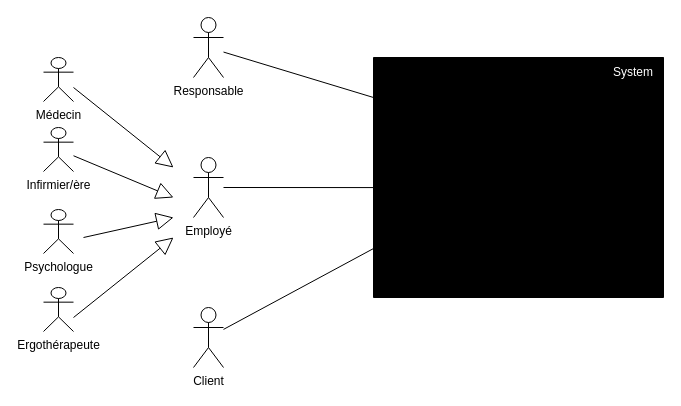
This is 1_Dossier_de_specifications fonctionnelles/Diagrammes/1. D. de CONTEXTE/Diagramme de contexte.drawio from LekishviliRati/P13_Patient_follow-up_diary, a draw.io file, before an edit. Source tidied: cells renumbered, new cells numbered last; positions are measured from the earlier drawing's top-left corner, leaving out a move shared by most shapes. Both pictures are drawn from the tidied source at 100%, with x=0, y=0 at pixel (43, 17).
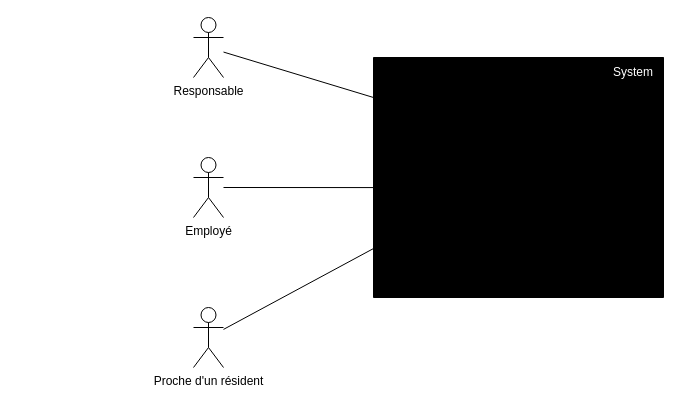
After the change.

What changed in the source:
```diff
@@
-    <mxCell id="3" value="Client" style="shape=umlActor;verticalLabelPosition=bottom;verticalAlign=top;html=1;" parent="1" vertex="1">
+    <mxCell id="3" value="Proche d'un résident" style="shape=umlActor;verticalLabelPosition=bottom;verticalAlign=top;html=1;" parent="1" vertex="1">
       <mxGeometry x="150" y="290" width="30" height="60" as="geometry" />
     </mxCell>
@@
-    <mxCell id="6" value="Infirmier/ère" style="shape=umlActor;verticalLabelPosition=bottom;verticalAlign=top;html=1;" parent="1" vertex="1">
-      <mxGeometry y="110" width="30" height="44" as="geometry" />
-    </mxCell>
@@
-    <mxCell id="8" style="endArrow=block;html=1;rounded=0;fontColor=#FFFFFF;endSize=15;endFill=0;" parent="1" edge="1">
-      <mxGeometry relative="1" as="geometry">
-        <mxPoint x="30" y="70" as="sourcePoint" />
-        <mxPoint x="130" y="150" as="targetPoint" />
-      </mxGeometry>
-    </mxCell>
-    <mxCell id="9" style="endArrow=block;html=1;rounded=0;fontColor=#FFFFFF;endSize=15;endFill=0;" parent="1" edge="1" source="6">
-      <mxGeometry relative="1" as="geometry">
-        <mxPoint x="130" y="180" as="targetPoint" />
-      </mxGeometry>
-    </mxCell>
@@
-    <mxCell id="13" value="Ergothérapeute" style="shape=umlActor;verticalLabelPosition=bottom;verticalAlign=top;html=1;" parent="1" vertex="1">
-      <mxGeometry y="270" width="30" height="44" as="geometry" />
-    </mxCell>
-    <mxCell id="14" value="Médecin" style="shape=umlActor;verticalLabelPosition=bottom;verticalAlign=top;html=1;" parent="1" vertex="1">
-      <mxGeometry y="40" width="30" height="44" as="geometry" />
-    </mxCell>
-    <mxCell id="15" style="endArrow=block;html=1;rounded=0;fontColor=#FFFFFF;endSize=15;endFill=0;" parent="1" edge="1">
-      <mxGeometry relative="1" as="geometry">
-        <mxPoint x="30" y="300" as="sourcePoint" />
-        <mxPoint x="130" y="220" as="targetPoint" />
-      </mxGeometry>
-    </mxCell>
-    <mxCell id="16" value="Psychologue" style="shape=umlActor;verticalLabelPosition=bottom;verticalAlign=top;html=1;" parent="1" vertex="1">
-      <mxGeometry y="192" width="30" height="44" as="geometry" />
-    </mxCell>
-    <mxCell id="17" style="endArrow=block;html=1;rounded=0;fontColor=#FFFFFF;endSize=15;endFill=0;" parent="1" edge="1">
-      <mxGeometry relative="1" as="geometry">
-        <mxPoint x="40" y="220" as="sourcePoint" />
-        <mxPoint x="130" y="200" as="targetPoint" />
-      </mxGeometry>
-    </mxCell>
```
